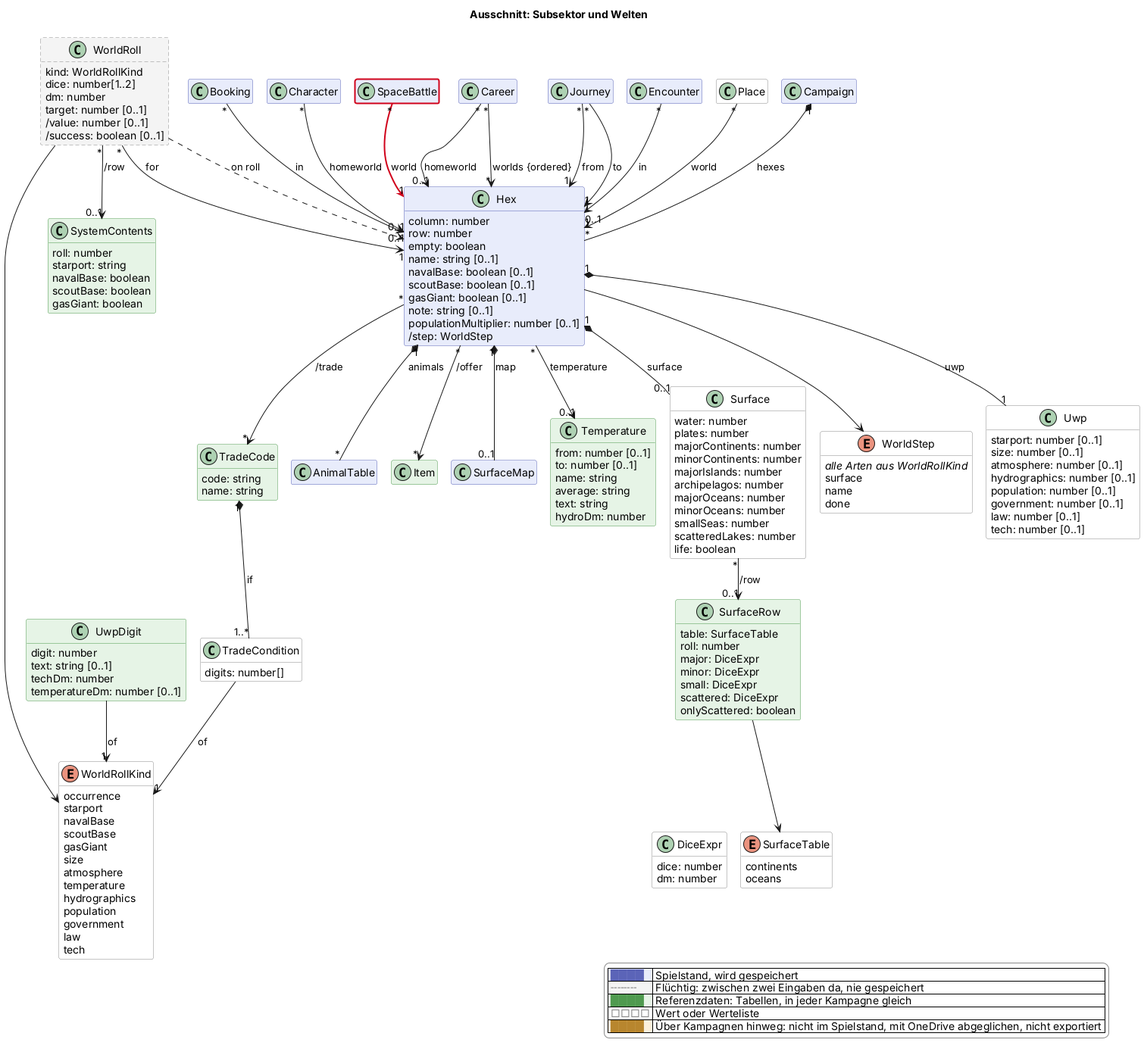
The PlantUML diagram docs/views/sektor.png in scuzzar/SRE, before a commit. Source of this version:
```plantuml
@startuml
!if %not(%variable_exists("$change"))
!$change = "*"
!endif
!function $marked($c)
!return $change == "*" || $change == $c
!endfunction
!function $new($c, $t)
!if $marked($c)
!return "<color:#d0021b><b>" + $t + "</b></color>"
!endif
!return $t
!endfunction
!procedure $gone($c, $t)
!if $marked($c)
<color:#d0021b><s>$t</s></color>
!endif
!endprocedure
!function $newClass($c)
!if $marked($c)
!return "#line:d0021b;line.bold"
!endif
!return ""
!endfunction
!function $newArrow($c)
!if $marked($c)
!return "[#d0021b,bold]"
!endif
!return ""
!endfunction
!function $goneArrow($c)
!if $marked($c)
!return "[#d0021b,dashed]"
!endif
!return ""
!endfunction
!pragma layout smetana
title Ausschnitt: Subsektor und Welten
hide empty members
hide methods
skinparam classAttributeIconSize 0
skinparam shadowing false
skinparam packageStyle rectangle
skinparam class {
  BackgroundColor #e8ecfb
  BorderColor #5b64b8
  BackgroundColor<<transient>> #f4f4f4
  BorderColor<<transient>> #8a8a8a
  BackgroundColor<<reference>> #e6f4e6
  BorderColor<<reference>> #4f9a4f
  BackgroundColor<<value>> #ffffff
  BorderColor<<value>> #8a8a8a
  BackgroundColor<<browser>> #fdf1dc
  BorderColor<<browser>> #b8862e
}
skinparam legendBackgroundColor #ffffff
skinparam legendBorderColor #8a8a8a
<style>
classDiagram {
  class {
    .transient {
      LineStyle 5-3
    }
  }
}
</style>
hide <<transient>> stereotype
hide <<reference>> stereotype
hide <<value>> stereotype
hide <<browser>> stereotype

  class Campaign $kampagne
  class Booking $shop
  class Character $charakter


  class SpaceBattle $raum $newClass("2026-11-18")

  class Career $erschaffung

  class Hex $sektor {
    column: number
    row: number
    empty: boolean
    name: string [0..1]
    navalBase: boolean [0..1]
    scoutBase: boolean [0..1]
    gasGiant: boolean [0..1]
    note: string [0..1]
    populationMultiplier: number [0..1]
    /step: WorldStep
  }
  class Uwp <<value>> $sektor {
    starport: number [0..1]
    size: number [0..1]
    atmosphere: number [0..1]
    hydrographics: number [0..1]
    population: number [0..1]
    government: number [0..1]
    law: number [0..1]
    tech: number [0..1]
  }
  class WorldRoll <<transient>> $sektor {
    kind: WorldRollKind
    dice: number[1..2]
    dm: number
    target: number [0..1]
    /value: number [0..1]
    /success: boolean [0..1]
  }


  class Journey $reise

  class Encounter $begegnung
  class AnimalTable $begegnung

  class Item <<reference>> $shop
  class SystemContents <<reference>> $sektor {
    roll: number
    starport: string
    navalBase: boolean
    scoutBase: boolean
    gasGiant: boolean
  }
  class UwpDigit <<reference>> $sektor {
    digit: number
    text: string [0..1]
    techDm: number
    temperatureDm: number [0..1]
  }
  class Surface <<value>> $sektor {
    water: number
    plates: number
    majorContinents: number
    minorContinents: number
    majorIslands: number
    archipelagos: number
    majorOceans: number
    minorOceans: number
    smallSeas: number
    scatteredLakes: number
    life: boolean
  }
  class SurfaceMap $oberflaeche
  class Place <<value>> $oberflaeche
  class SurfaceRow <<reference>> $sektor {
    table: SurfaceTable
    roll: number
    major: DiceExpr
    minor: DiceExpr
    small: DiceExpr
    scattered: DiceExpr
    onlyScattered: boolean
  }
  enum SurfaceTable <<value>> $sektor {
    continents
    oceans
  }
  class DiceExpr <<value>> $sektor {
    dice: number
    dm: number
  }
  class Temperature <<reference>> $sektor {
    from: number [0..1]
    to: number [0..1]
    name: string
    average: string
    text: string
    hydroDm: number
  }
  class TradeCode <<reference>> $sektor {
    code: string
    name: string
  }
  class TradeCondition <<value>> $sektor {
    digits: number[]
  }
  enum WorldRollKind <<value>> $sektor {
    occurrence
    starport
    navalBase
    scoutBase
    gasGiant
    size
    atmosphere
    temperature
    hydrographics
    population
    government
    law
    tech
  }
  enum WorldStep <<value>> $sektor {
    <i>alle Arten aus WorldRollKind</i>
    surface
    name
    done
  }

Booking "*" --> "0..1" Hex : in


SpaceBattle "*" -$newArrow("2026-11-18")-> "1" Hex : world

Journey "*" --> "1" Hex : from
Journey "*" --> "1" Hex : to

Career "*" --> "0..1" Hex : homeworld
Career "*" --> "*" Hex : worlds {ordered}
Character "*" --> "0..1" Hex : homeworld


Campaign "1" *-- "*" Hex : hexes
Hex "1" *-- "1" Uwp : uwp
Hex --> WorldStep
WorldRoll "*" --> "1" Hex : for
WorldRoll ..> Hex : on roll
Hex "*" --> "*" TradeCode : /trade
Hex "*" --> "0..1" Temperature : temperature
Hex "1" *-- "0..1" Surface : surface
Surface "*" --> "0..1" SurfaceRow : /row
Hex "1" *-- "0..1" SurfaceMap : map
Place "*" --> "1" Hex : world
SurfaceRow --> SurfaceTable
SurfaceRow -[hidden]- DiceExpr
WorldRoll --> WorldRollKind
WorldRoll "*" --> "0..1" SystemContents : /row
UwpDigit --> "1" WorldRollKind : of
TradeCode "1" *-- "1..*" TradeCondition : if
TradeCondition --> "1" WorldRollKind : of


Hex "*" --> "*" Item : /offer




Hex "1" *-- "*" AnimalTable : animals
Encounter "*" --> "0..1" Hex : in



legend right
  |<#e8ecfb> <color:#5b64b8>████</color> | Spielstand, wird gespeichert |
  |<#f4f4f4> <color:#8a8a8a>╌╌╌╌</color> | Flüchtig: zwischen zwei Eingaben da, nie gespeichert |
  |<#e6f4e6> <color:#4f9a4f>████</color> | Referenzdaten: Tabellen, in jeder Kampagne gleich |
  |<#ffffff> <color:#8a8a8a>□□□□</color> | Wert oder Werteliste |
  |<#fdf1dc> <color:#b8862e>████</color> | Über Kampagnen hinweg: nicht im Spielstand, mit OneDrive abgeglichen, nicht exportiert |
endlegend
@enduml
```
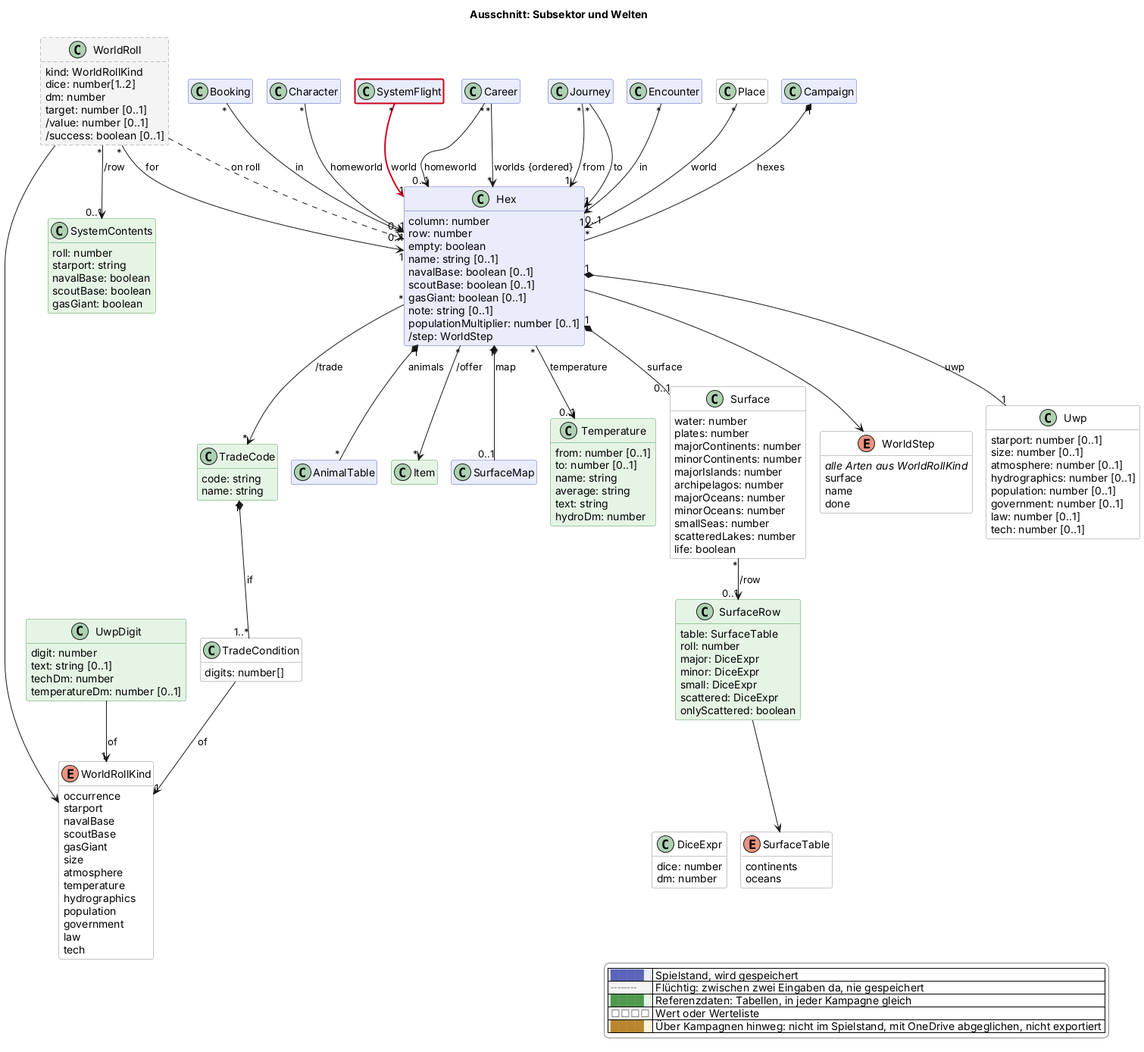
After the change.

What changed in the source:
```diff
@@ -74,7 +74,7 @@
   class Character $charakter
 
 
-  class SpaceBattle $raum $newClass("2026-11-18")
+  class SystemFlight $raum $newClass("2026-11-18")
 
   class Career $erschaffung
 
@@ -201,7 +201,7 @@
 Booking "*" --> "0..1" Hex : in
 
 
-SpaceBattle "*" -$newArrow("2026-11-18")-> "1" Hex : world
+SystemFlight "*" -$newArrow("2026-11-18")-> "1" Hex : world
 
 Journey "*" --> "1" Hex : from
 Journey "*" --> "1" Hex : to
```
